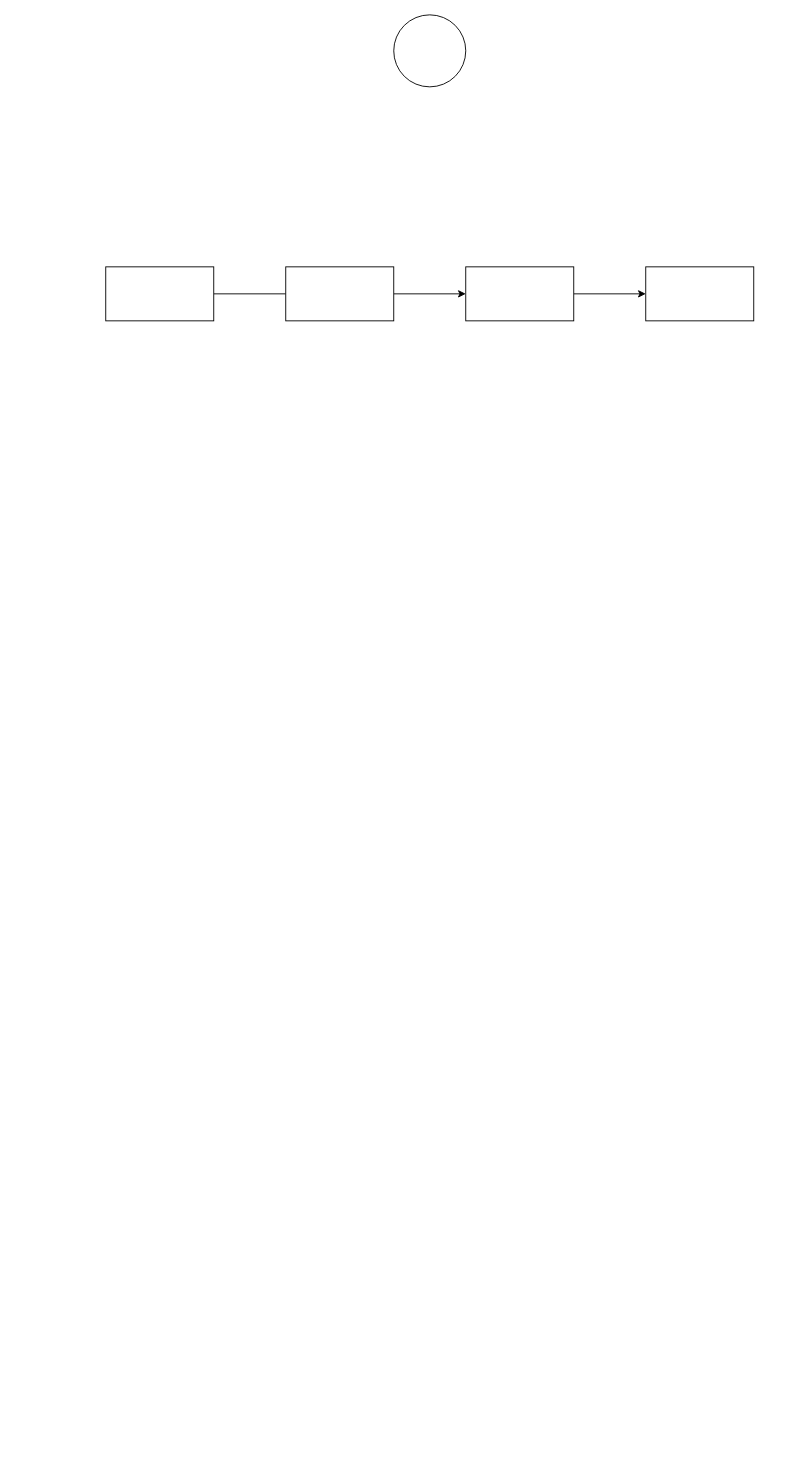
The draw.io diagram Lab3_CMT.drawio in KrolikOVSky/Draw.io, before the edit. Source tidied: cells renumbered, new cells numbered last; positions are measured from the earlier drawing's top-left corner, leaving out a move shared by most shapes. Both pictures are drawn from the tidied source at 90%, with x=0, y=0 at pixel (105, 14).
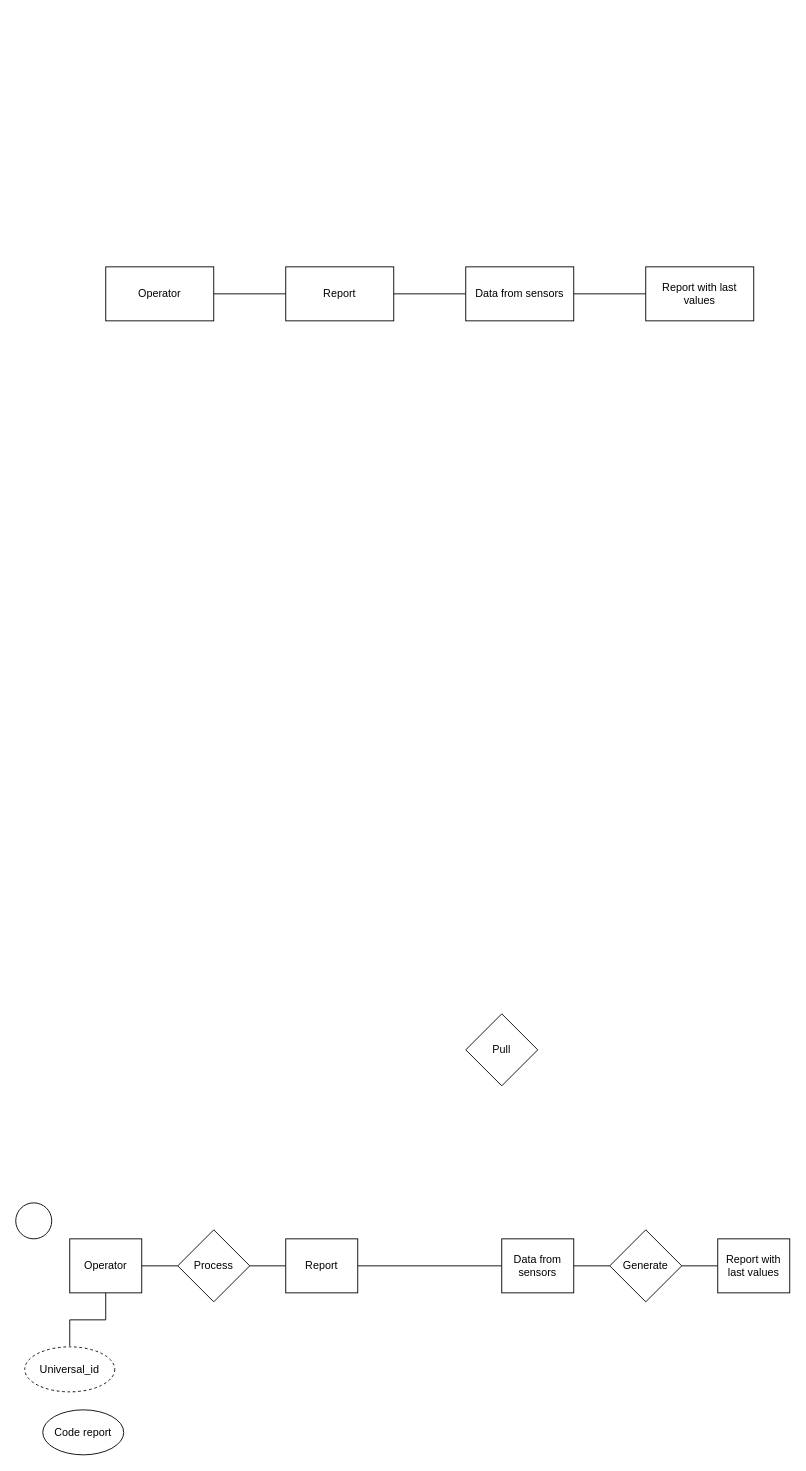
After the change.

What changed in the source:
```diff
@@
     <mxCell id="2" style="ellipse;whiteSpace=wrap;html=1;" parent="1" vertex="1">
-      <mxGeometry x="320" width="80" height="80" as="geometry" />
+      <mxGeometry x="-100" y="1320" width="40" height="40" as="geometry" />
     </mxCell>
@@
-    <mxCell id="4" style="rounded=0;whiteSpace=wrap;html=1;" parent="1" vertex="1">
+    <mxCell id="4" value="Operator" style="rounded=0;whiteSpace=wrap;html=1;" parent="1" vertex="1">
       <mxGeometry y="280" width="120" height="60" as="geometry" />
     </mxCell>
-    <mxCell id="5" style="edgeStyle=orthogonalEdgeStyle;rounded=0;jettySize=auto;html=1;" parent="1" edge="1" source="6" target="8">
+    <mxCell id="5" style="edgeStyle=orthogonalEdgeStyle;rounded=0;jettySize=auto;html=1;endArrow=none;endFill=0;" parent="1" edge="1" source="6" target="8">
       <mxGeometry relative="1" as="geometry" />
     </mxCell>
-    <mxCell id="6" style="rounded=0;whiteSpace=wrap;html=1;" parent="1" vertex="1">
+    <mxCell id="6" value="Report" style="rounded=0;whiteSpace=wrap;html=1;" parent="1" vertex="1">
       <mxGeometry x="200" y="280" width="120" height="60" as="geometry" />
     </mxCell>
-    <mxCell id="7" style="edgeStyle=orthogonalEdgeStyle;rounded=0;jettySize=auto;html=1;" parent="1" edge="1" source="8" target="9">
+    <mxCell id="7" style="edgeStyle=orthogonalEdgeStyle;rounded=0;jettySize=auto;html=1;endArrow=none;endFill=0;" parent="1" edge="1" source="8" target="9">
       <mxGeometry relative="1" as="geometry" />
     </mxCell>
-    <mxCell id="8" style="rounded=0;whiteSpace=wrap;html=1;" parent="1" vertex="1">
+    <mxCell id="8" value="Data from sensors" style="rounded=0;whiteSpace=wrap;html=1;" parent="1" vertex="1">
       <mxGeometry x="400" y="280" width="120" height="60" as="geometry" />
     </mxCell>
-    <mxCell id="9" style="rounded=0;whiteSpace=wrap;html=1;" parent="1" vertex="1">
+    <mxCell id="9" value="Report with last values" style="rounded=0;whiteSpace=wrap;html=1;" parent="1" vertex="1">
       <mxGeometry x="600" y="280" width="120" height="60" as="geometry" />
     </mxCell>
+    <mxCell id="10" style="edgeStyle=orthogonalEdgeStyle;rounded=0;jettySize=auto;html=1;endArrow=none;endFill=0;startArrow=none;" parent="1" edge="1" source="18" target="14">
+      <mxGeometry relative="1" as="geometry" />
+    </mxCell>
+    <mxCell id="11" value="Operator" style="rounded=0;whiteSpace=wrap;html=1;" parent="1" vertex="1">
+      <mxGeometry x="-40" y="1360" width="80" height="60" as="geometry" />
+    </mxCell>
+    <mxCell id="12" style="edgeStyle=orthogonalEdgeStyle;rounded=0;jettySize=auto;html=1;endArrow=none;endFill=0;" parent="1" edge="1" source="14" target="16">
+      <mxGeometry relative="1" as="geometry" />
+    </mxCell>
+    <mxCell id="13" value="Pull" style="rhombus;whiteSpace=wrap;html=1;" parent="12" vertex="1">
+      <mxGeometry x="400" y="1110" width="80" height="80" as="geometry" />
+    </mxCell>
+    <mxCell id="14" value="Report" style="rounded=0;whiteSpace=wrap;html=1;" parent="1" vertex="1">
+      <mxGeometry x="200" y="1360" width="80" height="60" as="geometry" />
+    </mxCell>
+    <mxCell id="15" style="edgeStyle=orthogonalEdgeStyle;rounded=0;jettySize=auto;html=1;endArrow=none;endFill=0;startArrow=none;" parent="1" edge="1" source="20" target="17">
+      <mxGeometry relative="1" as="geometry" />
+    </mxCell>
+    <mxCell id="16" value="Data from sensors" style="rounded=0;whiteSpace=wrap;html=1;" parent="1" vertex="1">
+      <mxGeometry x="440" y="1360" width="80" height="60" as="geometry" />
+    </mxCell>
+    <mxCell id="17" value="Report with last values" style="rounded=0;whiteSpace=wrap;html=1;" parent="1" vertex="1">
+      <mxGeometry x="680" y="1360" width="80" height="60" as="geometry" />
+    </mxCell>
+    <mxCell id="18" value="Process" style="rhombus;whiteSpace=wrap;html=1;" parent="1" vertex="1">
+      <mxGeometry x="80" y="1350" width="80" height="80" as="geometry" />
+    </mxCell>
+    <mxCell id="19" style="edgeStyle=orthogonalEdgeStyle;rounded=0;jettySize=auto;html=1;endArrow=none;endFill=0;" parent="1" edge="1" source="11" target="18">
+      <mxGeometry relative="1" as="geometry" />
+    </mxCell>
+    <mxCell id="20" value="&lt;div&gt;Generate&lt;/div&gt;" style="rhombus;whiteSpace=wrap;html=1;" parent="1" vertex="1">
+      <mxGeometry x="560" y="1350" width="80" height="80" as="geometry" />
+    </mxCell>
+    <mxCell id="21" style="edgeStyle=orthogonalEdgeStyle;rounded=0;jettySize=auto;html=1;endArrow=none;endFill=0;" parent="1" edge="1" source="16" target="20">
+      <mxGeometry relative="1" as="geometry" />
+    </mxCell>
+    <mxCell id="22" style="edgeStyle=orthogonalEdgeStyle;rounded=0;jettySize=auto;html=1;endArrow=none;endFill=0;" parent="1" edge="1" source="23" target="11">
+      <mxGeometry relative="1" as="geometry" />
+    </mxCell>
+    <mxCell id="23" value="Universal_id" style="ellipse;whiteSpace=wrap;html=1;dashed=1;strokeWidth=1;perimeterSpacing=1;" parent="1" vertex="1">
+      <mxGeometry x="-90" y="1480" width="100" height="50" as="geometry" />
+    </mxCell>
+    <mxCell id="24" value="Code report" style="ellipse;whiteSpace=wrap;html=1;strokeWidth=1;" parent="1" vertex="1">
+      <mxGeometry x="-70" y="1550" width="90" height="50" as="geometry" />
+    </mxCell>
```
